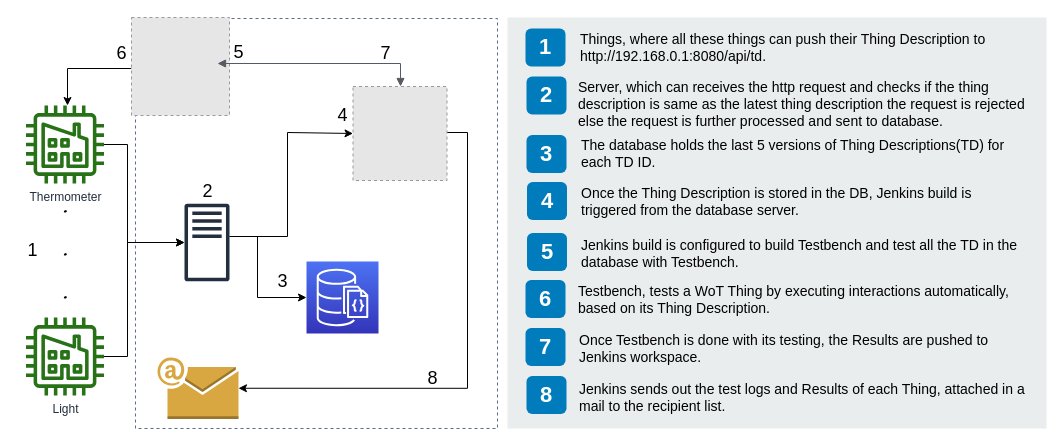
ctmuthu/wot-sys-ci keeps this draw.io diagram as Architecture.drawio. Above is the earlier version. Source tidied: cells renumbered, new cells numbered last; positions are measured from the earlier drawing's top-left corner, leaving out a move shared by most shapes. Both pictures are drawn from the tidied source at 100%, with x=0, y=0 at pixel (17, 17). Pictures stored in the file or linked from it are replaced by grey dashed boxes.
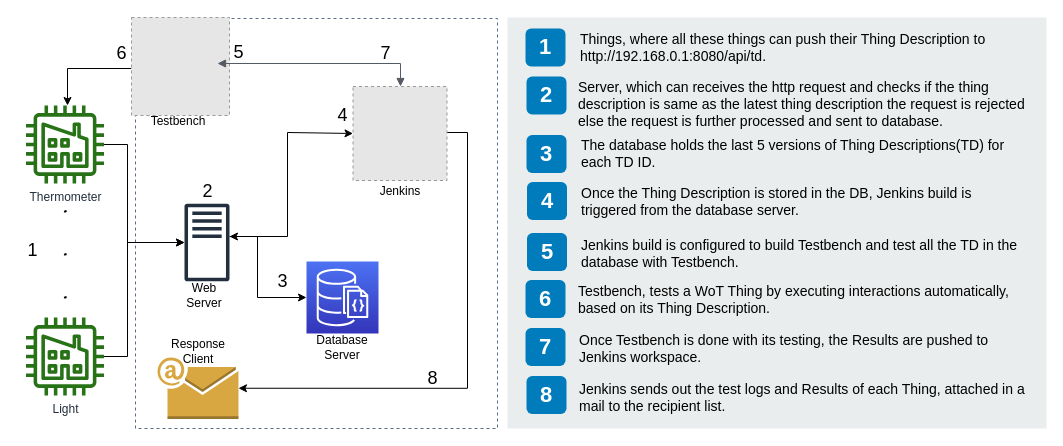
The same page after the edit.

Unchanged cells that the change refers to:
```xml
<mxCell id="26" style="outlineConnect=0;fontColor=#232F3E;gradientColor=#4D72F3;gradientDirection=north;fillColor=#3334B9;strokeColor=#ffffff;dashed=0;verticalLabelPosition=bottom;verticalAlign=top;align=center;html=1;fontSize=12;fontStyle=0;shape=mxgraph.aws4.resourceIcon;resIcon=mxgraph.aws4.documentdb_with_mongodb_compatibility;" parent="1" vertex="1">
  <mxGeometry x="289" y="244" width="72" height="72" as="geometry" />
</mxCell>
<mxCell id="32" style="outlineConnect=0;fontColor=#232F3E;gradientColor=none;fillColor=#232F3E;strokeColor=none;dashed=0;verticalLabelPosition=bottom;verticalAlign=top;align=center;html=1;fontSize=12;fontStyle=0;shape=mxgraph.aws4.traditional_server;" parent="1" vertex="1">
  <mxGeometry x="167" y="186" width="45" height="78" as="geometry" />
</mxCell>
```

What changed in the source:
```diff
@@
-    <mxCell id="25" style="edgeStyle=orthogonalEdgeStyle;rounded=0;jettySize=auto;html=1;" parent="1" edge="1" source="32" target="26">
+    <mxCell id="25" style="edgeStyle=orthogonalEdgeStyle;rounded=0;jettySize=auto;html=1;startArrow=classic;startFill=1;" parent="1" edge="1" source="32" target="26">
       <mxGeometry relative="1" as="geometry">
         <Array as="points">
           <mxPoint x="240" y="219" />
           <mxPoint x="240" y="280" />
         </Array>
       </mxGeometry>
     </mxCell>
@@
+    <mxCell id="43" value="Testbench" style="text;html=1;strokeColor=none;fillColor=none;align=center;verticalAlign=middle;whiteSpace=wrap;rounded=0;" parent="1" vertex="1">
+      <mxGeometry x="140.5" y="94" width="40" height="20" as="geometry" />
+    </mxCell>
+    <mxCell id="44" value="Jenkins" style="text;html=1;strokeColor=none;fillColor=none;align=center;verticalAlign=middle;whiteSpace=wrap;rounded=0;" parent="1" vertex="1">
+      <mxGeometry x="363" y="164" width="40" height="20" as="geometry" />
+    </mxCell>
+    <mxCell id="45" value="Web Server" style="text;html=1;strokeColor=none;fillColor=none;align=center;verticalAlign=middle;whiteSpace=wrap;rounded=0;" parent="1" vertex="1">
+      <mxGeometry x="167" y="268" width="40" height="20" as="geometry" />
+    </mxCell>
+    <mxCell id="46" value="Database Server" style="text;html=1;strokeColor=none;fillColor=none;align=center;verticalAlign=middle;whiteSpace=wrap;rounded=0;" parent="1" vertex="1">
+      <mxGeometry x="305" y="320" width="40" height="20" as="geometry" />
+    </mxCell>
+    <mxCell id="47" value="Response Client" style="text;html=1;strokeColor=none;fillColor=none;align=center;verticalAlign=middle;whiteSpace=wrap;rounded=0;" parent="1" vertex="1">
+      <mxGeometry x="160.5" y="324" width="40" height="20" as="geometry" />
+    </mxCell>
```
